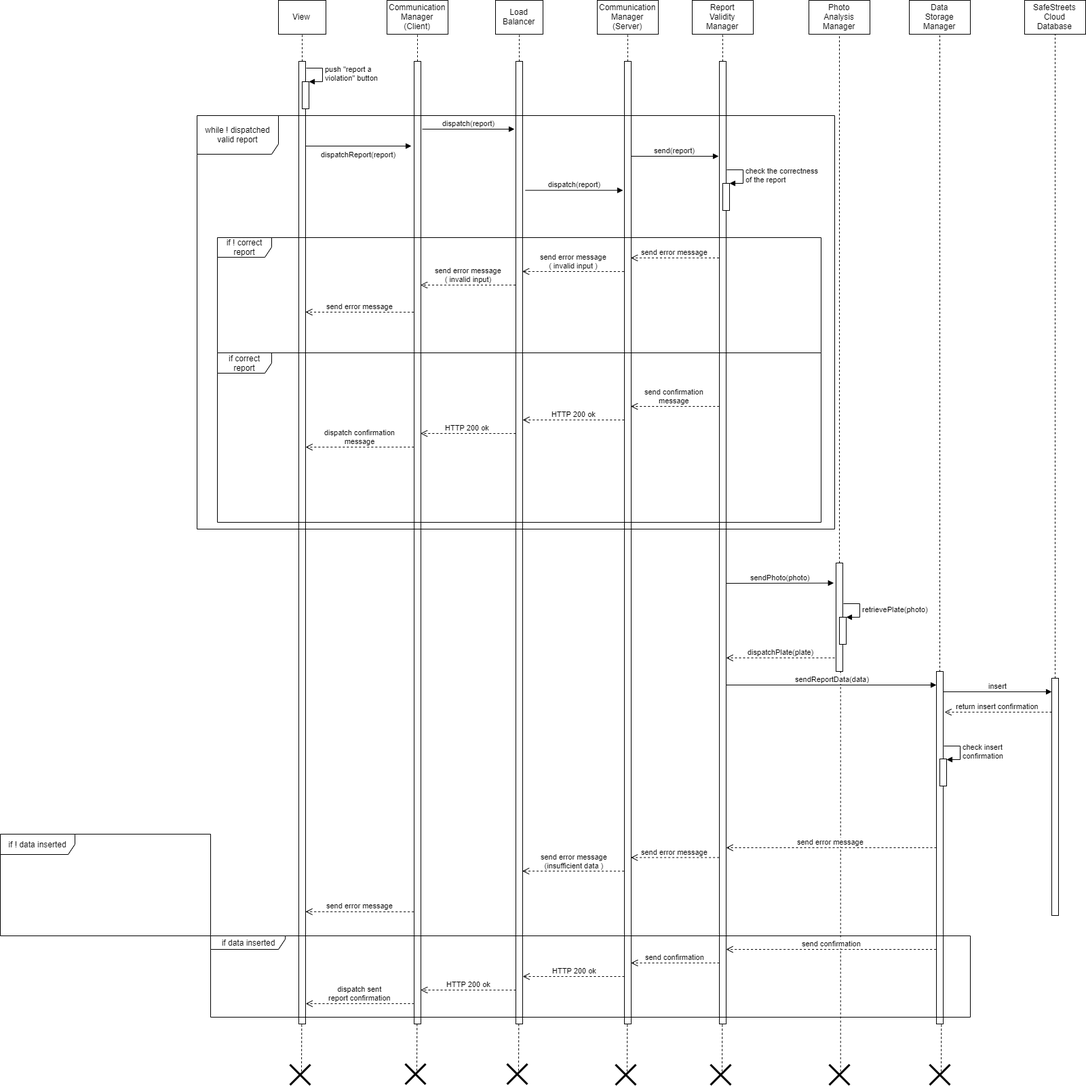
Earlier version of the draw.io export DD/Diagrams/Sequence Diagrams/Runtime View Diagram report.png (Dany97/MassiniNicolo). Source tidied: cells renumbered, new cells last; positions are measured from the earlier drawing's top-left corner, leaving out a move shared by most shapes.
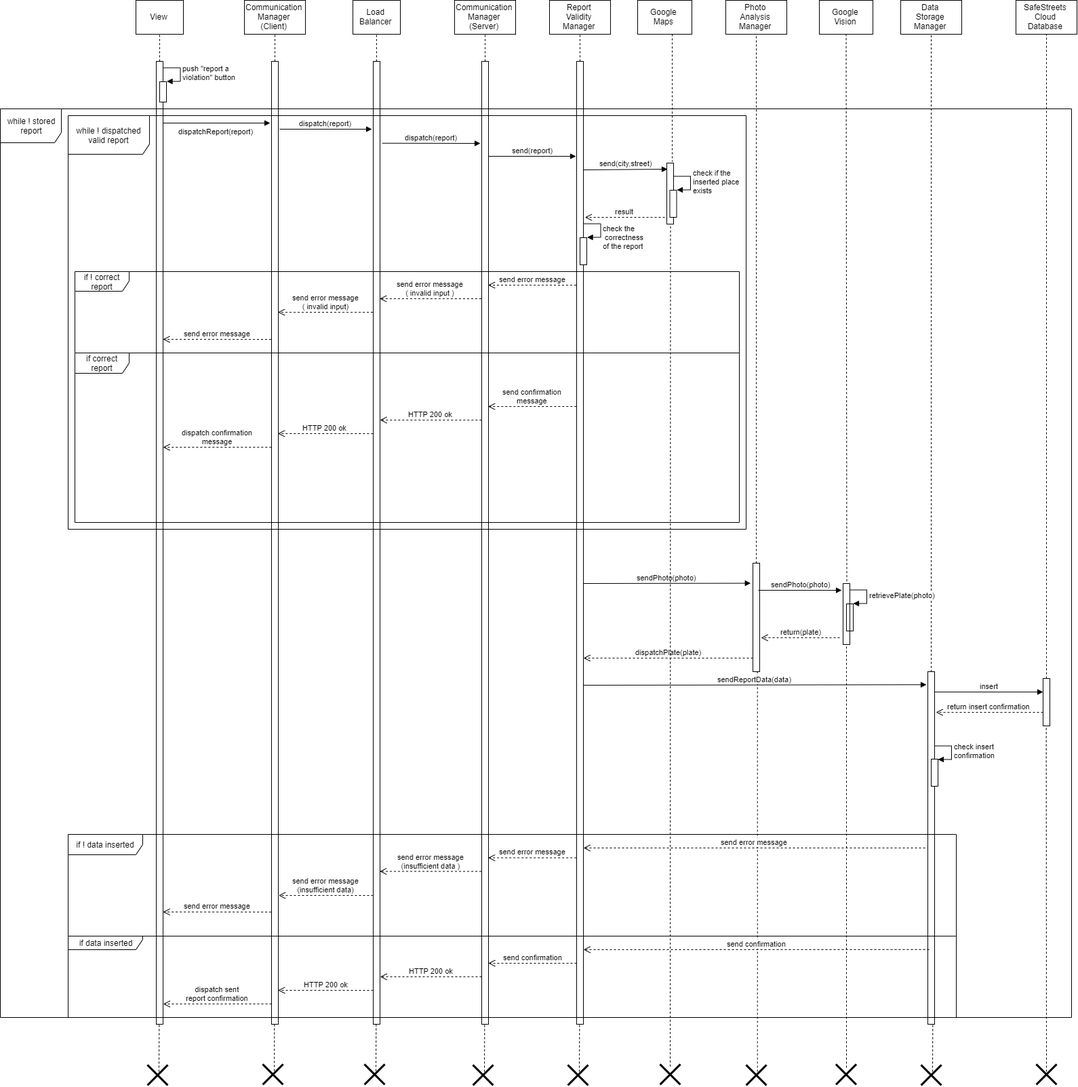
Above is the later version.

Diff of the diagram source:
```diff
@@ -49,3 +49,3 @@
     <mxCell id="14" style="html=1;points=[];perimeter=orthogonalPerimeter;" parent="1" vertex="1">
-      <mxGeometry x="445" y="120" width="10" height="40" as="geometry" />
+      <mxGeometry x="445" y="120" width="10" height="30" as="geometry" />
     </mxCell>
@@ -59,4 +59,7 @@
     </mxCell>
-    <mxCell id="16" value="dispatchReport(report)" style="html=1;verticalAlign=bottom;endArrow=block;entryX=-0.4;entryY=0.088;entryDx=0;entryDy=0;entryPerimeter=0;exitX=1;exitY=0.088;exitDx=0;exitDy=0;exitPerimeter=0;" parent="1" edge="1" source="4" target="7">
-      <mxGeometry y="-21" relative="1" as="geometry" />
+    <mxCell id="16" value="dispatchReport(report)" style="html=1;verticalAlign=bottom;endArrow=block;" parent="1" edge="1">
+      <mxGeometry y="-21" relative="1" as="geometry">
+        <mxPoint x="450" y="181" as="sourcePoint" />
+        <mxPoint x="608" y="181" as="targetPoint" />
+      </mxGeometry>
     </mxCell>
@@ -68,4 +71,6 @@
     </mxCell>
-    <mxCell id="18" value="dispatch(report)" style="html=1;verticalAlign=bottom;endArrow=block;entryX=-0.2;entryY=0.134;entryDx=0;entryDy=0;entryPerimeter=0;exitX=1.4;exitY=0.134;exitDx=0;exitDy=0;exitPerimeter=0;" parent="1" edge="1" source="10" target="13">
-      <mxGeometry relative="1" as="geometry" />
+    <mxCell id="18" value="dispatch(report)" style="html=1;verticalAlign=bottom;endArrow=block;exitX=1.333;exitY=0.085;exitDx=0;exitDy=0;exitPerimeter=0;" parent="1" edge="1" source="10">
+      <mxGeometry relative="1" as="geometry">
+        <mxPoint x="918" y="211" as="targetPoint" />
+      </mxGeometry>
     </mxCell>
@@ -89,3 +94,3 @@
     <mxCell id="23" value="Photo&lt;br&gt;Analysis&lt;br&gt;Manager" style="html=1;" parent="1" vertex="1">
-      <mxGeometry x="1192" width="90" height="50" as="geometry" />
+      <mxGeometry x="1280" width="90" height="50" as="geometry" />
     </mxCell>
@@ -95,6 +100,6 @@
     <mxCell id="25" style="html=1;points=[];perimeter=orthogonalPerimeter;" parent="1" vertex="1">
-      <mxGeometry x="1232" y="830" width="10" height="160" as="geometry" />
+      <mxGeometry x="1320" y="830" width="10" height="160" as="geometry" />
     </mxCell>
     <mxCell id="26" value="Data&lt;br&gt;Storage&lt;br&gt;Manager" style="html=1;" parent="1" vertex="1">
-      <mxGeometry x="1340" width="90" height="50" as="geometry" />
+      <mxGeometry x="1538" width="90" height="50" as="geometry" />
     </mxCell>
@@ -104,3 +109,3 @@
     <mxCell id="28" style="html=1;points=[];perimeter=orthogonalPerimeter;" parent="1" vertex="1">
-      <mxGeometry x="1380" y="990" width="10" height="520" as="geometry" />
+      <mxGeometry x="1578" y="990" width="10" height="520" as="geometry" />
     </mxCell>
@@ -108,4 +113,4 @@
       <mxGeometry relative="1" as="geometry">
-        <mxPoint x="1059.5" y="380" as="sourcePoint" />
-        <mxPoint x="929.5" y="380" as="targetPoint" />
+        <mxPoint x="1059.5" y="420" as="sourcePoint" />
+        <mxPoint x="929.5" y="420" as="targetPoint" />
       </mxGeometry>
@@ -114,4 +119,4 @@
       <mxGeometry relative="1" as="geometry">
-        <mxPoint x="919.4" y="400.1" as="sourcePoint" />
-        <mxPoint x="769.5" y="400" as="targetPoint" />
+        <mxPoint x="919.4" y="440.1" as="sourcePoint" />
+        <mxPoint x="769.5" y="440" as="targetPoint" />
       </mxGeometry>
@@ -120,4 +125,4 @@
       <mxGeometry relative="1" as="geometry">
-        <mxPoint x="759.5" y="420" as="sourcePoint" />
-        <mxPoint x="619.5" y="420" as="targetPoint" />
+        <mxPoint x="759.5" y="460" as="sourcePoint" />
+        <mxPoint x="619.5" y="460" as="targetPoint" />
       </mxGeometry>
@@ -126,4 +131,4 @@
       <mxGeometry relative="1" as="geometry">
-        <mxPoint x="609.5" y="460" as="sourcePoint" />
-        <mxPoint x="449.8" y="459.9" as="targetPoint" />
+        <mxPoint x="609.5" y="500" as="sourcePoint" />
+        <mxPoint x="449.8" y="499.9" as="targetPoint" />
       </mxGeometry>
@@ -203,9 +208,9 @@
     <mxCell id="47" style="html=1;points=[];perimeter=orthogonalPerimeter;" parent="1" vertex="1">
-      <mxGeometry x="1065" y="270" width="10" height="40" as="geometry" />
+      <mxGeometry x="1065" y="350" width="10" height="40" as="geometry" />
     </mxCell>
-    <mxCell id="48" value="check the correctness&lt;br&gt;of the report" style="edgeStyle=orthogonalEdgeStyle;html=1;align=left;spacingLeft=2;endArrow=block;rounded=0;entryX=1;entryY=0;" parent="1" edge="1" target="47">
-      <mxGeometry relative="1" as="geometry">
-        <mxPoint x="1070" y="250" as="sourcePoint" />
+    <mxCell id="48" value="check the&lt;br&gt;&amp;nbsp;correctness&lt;br&gt;of the report" style="edgeStyle=orthogonalEdgeStyle;html=1;align=left;spacingLeft=2;endArrow=block;rounded=0;entryX=1;entryY=0;" parent="1" edge="1" target="47">
+      <mxGeometry x="0.38" relative="1" as="geometry">
+        <mxPoint x="1070" y="330" as="sourcePoint" />
         <Array as="points">
-          <mxPoint x="1095" y="250" />
+          <mxPoint x="1095" y="330" />
         </Array>
@@ -217,3 +222,3 @@
     <mxCell id="50" style="shape=umlDestroy;whiteSpace=wrap;html=1;strokeWidth=3;" parent="1" vertex="1">
-      <mxGeometry x="1222" y="1570" width="30" height="30" as="geometry" />
+      <mxGeometry x="1310" y="1570" width="30" height="30" as="geometry" />
     </mxCell>
@@ -221,4 +226,4 @@
       <mxGeometry relative="1" as="geometry">
-        <mxPoint x="1387" y="1580" as="sourcePoint" />
-        <mxPoint x="1387.3" y="1510.9" as="targetPoint" />
+        <mxPoint x="1585" y="1580" as="sourcePoint" />
+        <mxPoint x="1585.3" y="1510.9" as="targetPoint" />
       </mxGeometry>
@@ -226,9 +231,9 @@
     <mxCell id="52" style="shape=umlDestroy;whiteSpace=wrap;html=1;strokeWidth=3;" parent="1" vertex="1">
-      <mxGeometry x="1370" y="1570" width="30" height="30" as="geometry" />
+      <mxGeometry x="1568" y="1570" width="30" height="30" as="geometry" />
     </mxCell>
     <mxCell id="53" value="while ! dispatched valid report" style="shape=umlFrame;whiteSpace=wrap;html=1;width=120;height=57;" parent="1" vertex="1">
-      <mxGeometry x="290" y="170" width="940" height="610" as="geometry" />
+      <mxGeometry x="310" y="170" width="1000" height="610" as="geometry" />
     </mxCell>
     <mxCell id="54" value="if ! data inserted" style="shape=umlFrame;whiteSpace=wrap;html=1;width=110;height=30;" parent="1" vertex="1">
-      <mxGeometry y="1230" width="310" height="150" as="geometry" />
+      <mxGeometry x="310" y="1230" width="1310" height="150" as="geometry" />
     </mxCell>
@@ -253,9 +258,9 @@
     <mxCell id="58" value="if data inserted" style="shape=umlFrame;whiteSpace=wrap;html=1;width=110;height=20;" parent="1" vertex="1">
-      <mxGeometry x="310" y="1380" width="1120" height="120" as="geometry" />
+      <mxGeometry x="310" y="1380" width="1310" height="120" as="geometry" />
     </mxCell>
     <mxCell id="59" value="if ! correct report" style="shape=umlFrame;whiteSpace=wrap;html=1;width=80;height=29;" parent="1" vertex="1">
-      <mxGeometry x="320" y="350" width="890" height="170" as="geometry" />
+      <mxGeometry x="320" y="400" width="980" height="120" as="geometry" />
     </mxCell>
     <mxCell id="60" value="if correct report" style="shape=umlFrame;whiteSpace=wrap;html=1;width=80;height=30;" parent="1" vertex="1">
-      <mxGeometry x="320" y="520" width="890" height="250" as="geometry" />
+      <mxGeometry x="320" y="520" width="980" height="250" as="geometry" />
     </mxCell>
@@ -293,4 +298,4 @@
     </mxCell>
-    <mxCell id="66" style="html=1;points=[];perimeter=orthogonalPerimeter;" parent="1" vertex="1">
-      <mxGeometry x="1237" y="910" width="10" height="40" as="geometry" />
+    <mxCell id="66" style="html=1;points=[];perimeter=orthogonalPerimeter;fillColor=#FFFFFF;labelBackgroundColor=#ffffff;labelBorderColor=none;gradientColor=none;" parent="1" vertex="1">
+      <mxGeometry x="1458" y="890" width="10" height="40" as="geometry" />
     </mxCell>
@@ -298,5 +303,5 @@
       <mxGeometry relative="1" as="geometry">
-        <mxPoint x="1242" y="890" as="sourcePoint" />
+        <mxPoint x="1462.5" y="870" as="sourcePoint" />
         <Array as="points">
-          <mxPoint x="1267" y="890" />
+          <mxPoint x="1487.5" y="870" />
         </Array>
@@ -304,5 +309,4 @@
     </mxCell>
-    <mxCell id="68" value="dispatchPlate(plate)" style="html=1;verticalAlign=bottom;endArrow=open;dashed=1;endSize=8;" parent="1" edge="1">
+    <mxCell id="68" value="dispatchPlate(plate)" style="html=1;verticalAlign=bottom;endArrow=open;dashed=1;endSize=8;exitX=0;exitY=0.875;exitDx=0;exitDy=0;exitPerimeter=0;" parent="1" edge="1" source="25">
       <mxGeometry relative="1" as="geometry">
-        <mxPoint x="1230" y="970" as="sourcePoint" />
         <mxPoint x="1070" y="970" as="targetPoint" />
@@ -310,6 +314,5 @@
     </mxCell>
-    <mxCell id="69" value="sendReportData(data)" style="html=1;verticalAlign=bottom;endArrow=block;" parent="1" edge="1">
+    <mxCell id="69" value="sendReportData(data)" style="html=1;verticalAlign=bottom;endArrow=block;entryX=-0.2;entryY=0.037;entryDx=0;entryDy=0;entryPerimeter=0;" parent="1" edge="1" target="28">
       <mxGeometry relative="1" as="geometry">
         <mxPoint x="1070" y="1010" as="sourcePoint" />
-        <mxPoint x="1380" y="1010" as="targetPoint" />
       </mxGeometry>
@@ -317,3 +320,3 @@
     <mxCell id="70" value="SafeStreets&lt;br&gt;Cloud&lt;br&gt;Database" style="html=1;" parent="1" vertex="1">
-      <mxGeometry x="1510" width="90" height="50" as="geometry" />
+      <mxGeometry x="1708" width="90" height="50" as="geometry" />
     </mxCell>
@@ -323,7 +326,7 @@
     <mxCell id="72" style="html=1;points=[];perimeter=orthogonalPerimeter;" parent="1" vertex="1">
-      <mxGeometry x="1550" y="1000" width="10" height="350" as="geometry" />
+      <mxGeometry x="1748" y="1000" width="10" height="70" as="geometry" />
     </mxCell>
-    <mxCell id="73" value="insert" style="html=1;verticalAlign=bottom;endArrow=block;" parent="1" edge="1" target="72">
+    <mxCell id="73" value="insert" style="html=1;verticalAlign=bottom;endArrow=block;labelBackgroundColor=#ffffff;fontColor=#000000;" parent="1" edge="1" target="72">
       <mxGeometry relative="1" as="geometry">
-        <mxPoint x="1390" y="1020" as="sourcePoint" />
+        <mxPoint x="1588" y="1020" as="sourcePoint" />
       </mxGeometry>
@@ -332,4 +335,4 @@
       <mxGeometry relative="1" as="geometry">
-        <mxPoint x="1550" y="1050" as="sourcePoint" />
-        <mxPoint x="1392" y="1050" as="targetPoint" />
+        <mxPoint x="1748" y="1050" as="sourcePoint" />
+        <mxPoint x="1590" y="1050" as="targetPoint" />
       </mxGeometry>
@@ -337,3 +340,3 @@
     <mxCell id="75" style="html=1;points=[];perimeter=orthogonalPerimeter;" parent="1" vertex="1">
-      <mxGeometry x="1385" y="1119" width="10" height="40" as="geometry" />
+      <mxGeometry x="1583" y="1119" width="10" height="40" as="geometry" />
     </mxCell>
@@ -341,5 +344,5 @@
       <mxGeometry relative="1" as="geometry">
-        <mxPoint x="1390" y="1099" as="sourcePoint" />
+        <mxPoint x="1588" y="1099" as="sourcePoint" />
         <Array as="points">
-          <mxPoint x="1415" y="1099" />
+          <mxPoint x="1613" y="1099" />
         </Array>
@@ -347,5 +350,4 @@
     </mxCell>
-    <mxCell id="77" value="send error message" style="html=1;verticalAlign=bottom;endArrow=open;dashed=1;endSize=8;" parent="1" edge="1">
+    <mxCell id="77" value="send error message" style="html=1;verticalAlign=bottom;endArrow=open;dashed=1;endSize=8;exitX=-0.4;exitY=0.5;exitDx=0;exitDy=0;exitPerimeter=0;" parent="1" edge="1" source="28">
       <mxGeometry relative="1" as="geometry">
-        <mxPoint x="1380" y="1250" as="sourcePoint" />
         <mxPoint x="1070" y="1250" as="targetPoint" />
@@ -353,3 +355,3 @@
     </mxCell>
-    <mxCell id="78" value="send confirmation" style="html=1;verticalAlign=bottom;endArrow=open;dashed=1;endSize=8;exitX=0.955;exitY=0.167;exitDx=0;exitDy=0;exitPerimeter=0;" parent="1" edge="1" source="58">
+    <mxCell id="78" value="send confirmation" style="html=1;verticalAlign=bottom;endArrow=open;dashed=1;endSize=8;exitX=0.2;exitY=0.788;exitDx=0;exitDy=0;exitPerimeter=0;" parent="1" edge="1" source="28">
       <mxGeometry relative="1" as="geometry">
@@ -358,2 +360,89 @@
     </mxCell>
+    <mxCell id="79" value="Google&lt;br&gt;Vision" style="html=1;" parent="1" vertex="1">
+      <mxGeometry x="1418" width="79" height="50" as="geometry" />
+    </mxCell>
+    <mxCell id="80" style="endArrow=none;dashed=1;html=1;entryX=0.5;entryY=1;entryDx=0;entryDy=0;exitX=0.55;exitY=-0.037;exitDx=0;exitDy=0;exitPerimeter=0;" parent="1" edge="1" source="81" target="79">
+      <mxGeometry relative="1" as="geometry" />
+    </mxCell>
+    <mxCell id="81" style="html=1;points=[];perimeter=orthogonalPerimeter;fillColor=none;" parent="1" vertex="1">
+      <mxGeometry x="1453" y="860" width="10" height="90" as="geometry" />
+    </mxCell>
+    <mxCell id="82" value="sendPhoto(photo)" style="html=1;verticalAlign=bottom;endArrow=block;" parent="1" edge="1">
+      <mxGeometry relative="1" as="geometry">
+        <mxPoint x="1328" y="870" as="sourcePoint" />
+        <mxPoint x="1451" y="870" as="targetPoint" />
+      </mxGeometry>
+    </mxCell>
+    <mxCell id="83" value="return(plate)" style="html=1;verticalAlign=bottom;endArrow=open;dashed=1;endSize=8;" parent="1" edge="1">
+      <mxGeometry relative="1" as="geometry">
+        <mxPoint x="1448" y="940" as="sourcePoint" />
+        <mxPoint x="1332" y="940" as="targetPoint" />
+      </mxGeometry>
+    </mxCell>
+    <mxCell id="84" style="endArrow=none;dashed=1;html=1;labelBackgroundColor=#ffffff;fontColor=#000000;entryX=0.5;entryY=1.011;entryDx=0;entryDy=0;entryPerimeter=0;" parent="1" edge="1" target="81">
+      <mxGeometry relative="1" as="geometry">
+        <mxPoint x="1458" y="1574" as="sourcePoint" />
+      </mxGeometry>
+    </mxCell>
+    <mxCell id="85" style="shape=umlDestroy;whiteSpace=wrap;html=1;strokeWidth=3;" parent="1" vertex="1">
+      <mxGeometry x="1442.5" y="1569" width="30" height="30" as="geometry" />
+    </mxCell>
+    <mxCell id="86" value="Google&lt;br&gt;Maps" style="html=1;labelBackgroundColor=#ffffff;fillColor=#FFFFFF;gradientColor=none;fontColor=#000000;" parent="1" vertex="1">
+      <mxGeometry x="1150" width="80" height="50" as="geometry" />
+    </mxCell>
+    <mxCell id="87" value="send(city,street)" style="html=1;verticalAlign=bottom;endArrow=block;labelBackgroundColor=#ffffff;fontColor=#000000;" parent="1" edge="1">
+      <mxGeometry relative="1" as="geometry">
+        <mxPoint x="1070" y="250" as="sourcePoint" />
+        <mxPoint x="1194" y="249" as="targetPoint" />
+      </mxGeometry>
+    </mxCell>
+    <mxCell id="88" style="html=1;points=[];perimeter=orthogonalPerimeter;labelBackgroundColor=#ffffff;fillColor=#FFFFFF;gradientColor=none;fontColor=#000000;" parent="1" vertex="1">
+      <mxGeometry x="1193" y="240" width="10" height="90" as="geometry" />
+    </mxCell>
+    <mxCell id="89" style="html=1;points=[];perimeter=orthogonalPerimeter;labelBackgroundColor=#ffffff;fillColor=#FFFFFF;gradientColor=none;fontColor=#000000;" parent="1" vertex="1">
+      <mxGeometry x="1197.5" y="280" width="10" height="40" as="geometry" />
+    </mxCell>
+    <mxCell id="90" value="check if the&lt;br&gt;inserted place&lt;br&gt;exists" style="edgeStyle=orthogonalEdgeStyle;html=1;align=left;spacingLeft=2;endArrow=block;rounded=0;entryX=1;entryY=0;labelBackgroundColor=#ffffff;fontColor=#000000;" parent="1" edge="1" target="89">
+      <mxGeometry relative="1" as="geometry">
+        <mxPoint x="1202.5" y="260" as="sourcePoint" />
+        <Array as="points">
+          <mxPoint x="1227.5" y="260" />
+        </Array>
+      </mxGeometry>
+    </mxCell>
+    <mxCell id="91" value="result" style="html=1;verticalAlign=bottom;endArrow=open;dashed=1;endSize=8;labelBackgroundColor=#ffffff;fontColor=#000000;entryX=1.228;entryY=0.162;entryDx=0;entryDy=0;entryPerimeter=0;" parent="1" edge="1" target="21">
+      <mxGeometry relative="1" as="geometry">
+        <mxPoint x="1190" y="320" as="sourcePoint" />
+      </mxGeometry>
+    </mxCell>
+    <mxCell id="92" style="endArrow=none;dashed=1;html=1;labelBackgroundColor=#ffffff;fontColor=#000000;" parent="1" edge="1">
+      <mxGeometry relative="1" as="geometry">
+        <mxPoint x="1201" y="50" as="sourcePoint" />
+        <mxPoint x="1201" y="238" as="targetPoint" />
+      </mxGeometry>
+    </mxCell>
+    <mxCell id="93" style="endArrow=none;dashed=1;html=1;labelBackgroundColor=#ffffff;fontColor=#000000;entryX=0.547;entryY=1.011;entryDx=0;entryDy=0;entryPerimeter=0;" parent="1" edge="1" target="88">
+      <mxGeometry relative="1" as="geometry">
+        <mxPoint x="1198" y="1572.4" as="sourcePoint" />
+      </mxGeometry>
+    </mxCell>
+    <mxCell id="94" style="shape=umlDestroy;whiteSpace=wrap;html=1;strokeWidth=3;" parent="1" vertex="1">
+      <mxGeometry x="1183" y="1569" width="30" height="30" as="geometry" />
+    </mxCell>
+    <mxCell id="95" style="endArrow=none;dashed=1;html=1;labelBackgroundColor=#ffffff;fontColor=#000000;entryX=0.467;entryY=1.019;entryDx=0;entryDy=0;entryPerimeter=0;" parent="1" edge="1" target="72">
+      <mxGeometry relative="1" as="geometry">
+        <mxPoint x="1753" y="1580" as="sourcePoint" />
+      </mxGeometry>
+    </mxCell>
+    <mxCell id="96" style="shape=umlDestroy;whiteSpace=wrap;html=1;strokeWidth=3;" parent="1" vertex="1">
+      <mxGeometry x="1738" y="1569" width="30" height="30" as="geometry" />
+    </mxCell>
+    <mxCell id="97" value="send error message&lt;br&gt;(insufficient data)" style="html=1;verticalAlign=bottom;endArrow=open;dashed=1;endSize=8;labelBackgroundColor=#ffffff;fontColor=#000000;entryX=0.237;entryY=0.6;entryDx=0;entryDy=0;entryPerimeter=0;" parent="1" edge="1" target="54">
+      <mxGeometry relative="1" as="geometry">
+        <mxPoint x="760" y="1320" as="sourcePoint" />
+      </mxGeometry>
+    </mxCell>
+    <mxCell id="98" value="while ! stored&lt;br&gt;report" style="shape=umlFrame;whiteSpace=wrap;html=1;labelBackgroundColor=#ffffff;fillColor=#FFFFFF;gradientColor=none;fontColor=#000000;width=90;height=50;" parent="1" vertex="1">
+      <mxGeometry x="210" y="160" width="1580" height="1340" as="geometry" />
+    </mxCell>
   </root>
```
